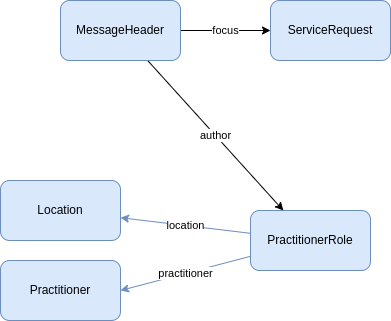
The draw.io diagram input/images/revisar-recursos.png in Minsal-CL/SIGTEv2-IG, before a commit. Source tidied: cells renumbered, new cells last; positions are measured from the earlier drawing's top-left corner, leaving out a move shared by most shapes.
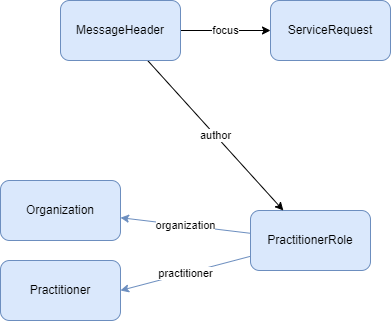
The same file after the commit.

What changed in the source:
```diff
@@ -5,7 +5,7 @@
     <mxCell id="2" value="ServiceRequest" style="rounded=1;whiteSpace=wrap;html=1;fillColor=#dae8fc;strokeColor=#6c8ebf;" parent="1" vertex="1">
       <mxGeometry x="270" width="120" height="60" as="geometry" />
     </mxCell>
-    <mxCell id="3" value="location" style="edgeStyle=none;rounded=0;jettySize=auto;html=1;fillColor=#dae8fc;strokeColor=#6c8ebf;" parent="1" edge="1" source="5" target="6">
+    <mxCell id="3" value="organization" style="edgeStyle=none;rounded=0;jettySize=auto;html=1;fillColor=#dae8fc;strokeColor=#6c8ebf;" parent="1" edge="1" source="5" target="6">
       <mxGeometry relative="1" as="geometry" />
     </mxCell>
     <mxCell id="4" value="practitioner" style="edgeStyle=none;rounded=0;jettySize=auto;html=1;entryX=1;entryY=0.5;entryDx=0;entryDy=0;fillColor=#dae8fc;strokeColor=#6c8ebf;" parent="1" edge="1" source="5" target="7">
@@ -14,7 +14,7 @@
     <mxCell id="5" value="PractitionerRole" style="rounded=1;whiteSpace=wrap;html=1;fillColor=#dae8fc;strokeColor=#6c8ebf;" parent="1" vertex="1">
       <mxGeometry x="250" y="210" width="120" height="60" as="geometry" />
     </mxCell>
-    <mxCell id="6" value="Location" style="rounded=1;whiteSpace=wrap;html=1;fillColor=#dae8fc;strokeColor=#6c8ebf;" parent="1" vertex="1">
+    <mxCell id="6" value="Organization" style="rounded=1;whiteSpace=wrap;html=1;fillColor=#dae8fc;strokeColor=#6c8ebf;" parent="1" vertex="1">
       <mxGeometry y="180" width="120" height="60" as="geometry" />
     </mxCell>
     <mxCell id="7" value="Practitioner" style="rounded=1;whiteSpace=wrap;html=1;fillColor=#dae8fc;strokeColor=#6c8ebf;" parent="1" vertex="1">
```
